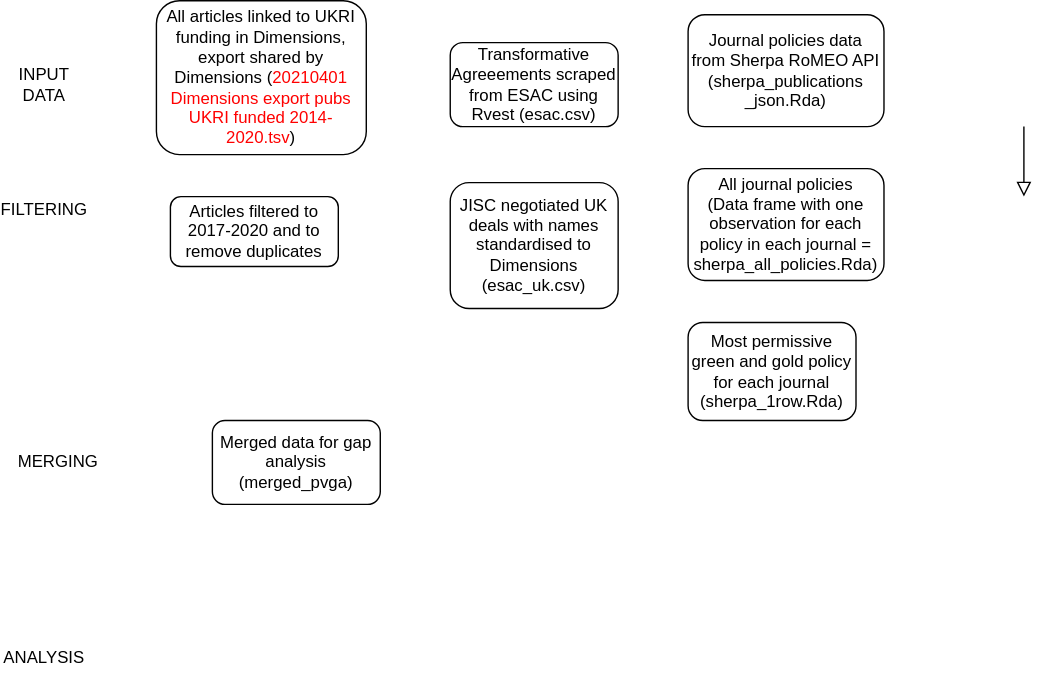
Above: OA Gap Analysis.svg in Tom-K-UKRI/Open-Access-Publication-Venue-Gap-Analysis (draw.io), before the change. Source tidied: cells renumbered, new cells last; positions are measured from the earlier drawing's top-left corner, leaving out a move shared by most shapes.
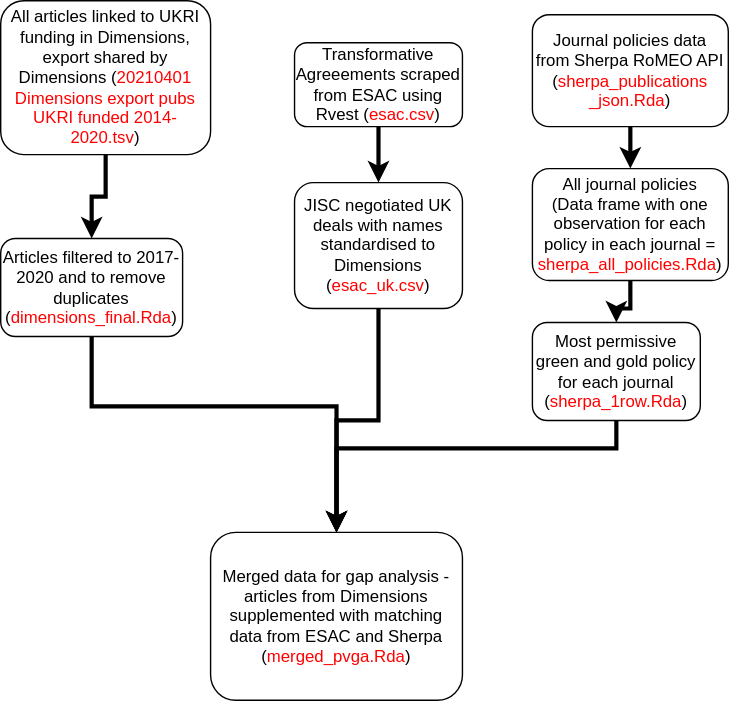
Above is the later version.

What changed in the source:
```diff
@@ -2,46 +2,61 @@
   <root>
     <mxCell id="0" />
     <mxCell id="1" parent="0" />
+    <mxCell id="15" style="edgeStyle=orthogonalEdgeStyle;rounded=0;jettySize=auto;html=1;entryX=0.5;entryY=0;entryDx=0;entryDy=0;strokeWidth=3;" parent="1" edge="1" source="2" target="3">
+      <mxGeometry relative="1" as="geometry" />
+    </mxCell>
     <mxCell id="2" value="All articles linked to UKRI funding in&amp;nbsp;Dimensions, export shared by Dimensions (&lt;font color=&quot;#ff0000&quot;&gt;20210401 Dimensions export pubs UKRI funded 2014-2020.tsv&lt;/font&gt;)" style="rounded=1;whiteSpace=wrap;html=1;fontSize=12;glass=0;strokeWidth=1;shadow=0;" parent="1" vertex="1">
       <mxGeometry x="100" width="150" height="110" as="geometry" />
     </mxCell>
+    <mxCell id="16" style="edgeStyle=orthogonalEdgeStyle;rounded=0;jettySize=auto;html=1;entryX=0.5;entryY=0;entryDx=0;entryDy=0;strokeWidth=3;" parent="1" edge="1" source="3" target="6">
+      <mxGeometry relative="1" as="geometry">
+        <Array as="points">
+          <mxPoint x="165" y="290" />
+          <mxPoint x="340" y="290" />
+        </Array>
+      </mxGeometry>
+    </mxCell>
-    <mxCell id="3" value="Articles filtered to 2017-2020 and to remove duplicates" style="rounded=1;whiteSpace=wrap;html=1;fontSize=12;glass=0;strokeWidth=1;shadow=0;" parent="1" vertex="1">
-      <mxGeometry x="110" y="140" width="120" height="50" as="geometry" />
+    <mxCell id="3" value="Articles filtered to 2017-2020 and to remove duplicates (&lt;font color=&quot;#ff0000&quot;&gt;dimensions_final.Rda&lt;/font&gt;)" style="rounded=1;whiteSpace=wrap;html=1;fontSize=12;glass=0;strokeWidth=1;shadow=0;" parent="1" vertex="1">
+      <mxGeometry x="100" y="170" width="130" height="70" as="geometry" />
     </mxCell>
+    <mxCell id="17" style="edgeStyle=orthogonalEdgeStyle;rounded=0;jettySize=auto;html=1;entryX=0.5;entryY=0;entryDx=0;entryDy=0;strokeWidth=3;" parent="1" edge="1" source="4" target="5">
+      <mxGeometry relative="1" as="geometry" />
+    </mxCell>
-    <mxCell id="4" value="Transformative Agreeements scraped from ESAC using Rvest (esac.csv)" style="rounded=1;whiteSpace=wrap;html=1;fontSize=12;glass=0;strokeWidth=1;shadow=0;" parent="1" vertex="1">
+    <mxCell id="4" value="Transformative Agreeements scraped from ESAC using Rvest (&lt;font color=&quot;#ff0000&quot;&gt;esac.csv&lt;/font&gt;)" style="rounded=1;whiteSpace=wrap;html=1;fontSize=12;glass=0;strokeWidth=1;shadow=0;" parent="1" vertex="1">
       <mxGeometry x="310" y="30" width="120" height="60" as="geometry" />
     </mxCell>
+    <mxCell id="18" style="edgeStyle=orthogonalEdgeStyle;rounded=0;jettySize=auto;html=1;strokeWidth=3;" parent="1" edge="1" source="5">
+      <mxGeometry relative="1" as="geometry">
+        <mxPoint x="340" y="380" as="targetPoint" />
+      </mxGeometry>
+    </mxCell>
-    <mxCell id="5" value="JISC negotiated UK deals with names standardised to Dimensions (esac_uk.csv)" style="rounded=1;whiteSpace=wrap;html=1;fontSize=12;glass=0;strokeWidth=1;shadow=0;" parent="1" vertex="1">
+    <mxCell id="5" value="JISC negotiated UK deals with names standardised to Dimensions (&lt;font color=&quot;#ff0000&quot;&gt;esac_uk.csv&lt;/font&gt;)" style="rounded=1;whiteSpace=wrap;html=1;fontSize=12;glass=0;strokeWidth=1;shadow=0;" parent="1" vertex="1">
       <mxGeometry x="310" y="130" width="120" height="90" as="geometry" />
     </mxCell>
-    <mxCell id="6" value="Merged data for gap analysis&lt;br&gt;(merged_pvga)" style="rounded=1;whiteSpace=wrap;html=1;fontSize=12;glass=0;strokeWidth=1;shadow=0;" parent="1" vertex="1">
-      <mxGeometry x="140" y="300" width="120" height="60" as="geometry" />
+    <mxCell id="6" value="Merged data for gap analysis - articles from Dimensions supplemented with matching data from ESAC and Sherpa&lt;br&gt;(&lt;font color=&quot;#ff0000&quot;&gt;merged_pvga.Rda&lt;/font&gt;)" style="rounded=1;whiteSpace=wrap;html=1;fontSize=12;glass=0;strokeWidth=1;shadow=0;" parent="1" vertex="1">
+      <mxGeometry x="250" y="380" width="180" height="120" as="geometry" />
     </mxCell>
+    <mxCell id="19" style="edgeStyle=orthogonalEdgeStyle;rounded=0;jettySize=auto;html=1;entryX=0.5;entryY=0;entryDx=0;entryDy=0;strokeWidth=3;" parent="1" edge="1" source="7" target="14">
+      <mxGeometry relative="1" as="geometry" />
+    </mxCell>
-    <mxCell id="7" value="Journal policies data&lt;br&gt;from Sherpa RoMEO API (sherpa_publications&lt;br&gt;_json.Rda)" style="rounded=1;whiteSpace=wrap;html=1;fontSize=12;glass=0;strokeWidth=1;shadow=0;" parent="1" vertex="1">
+    <mxCell id="7" value="Journal policies data&lt;br&gt;from Sherpa RoMEO API (&lt;font color=&quot;#ff0000&quot;&gt;sherpa_publications&lt;br&gt;_json.Rda&lt;/font&gt;)" style="rounded=1;whiteSpace=wrap;html=1;fontSize=12;glass=0;strokeWidth=1;shadow=0;" parent="1" vertex="1">
       <mxGeometry x="480" y="10" width="140" height="80" as="geometry" />
     </mxCell>
+    <mxCell id="20" style="edgeStyle=orthogonalEdgeStyle;rounded=0;jettySize=auto;html=1;entryX=0.5;entryY=0;entryDx=0;entryDy=0;strokeWidth=3;" parent="1" edge="1" source="8" target="6">
+      <mxGeometry relative="1" as="geometry">
+        <Array as="points">
+          <mxPoint x="540" y="320" />
+          <mxPoint x="340" y="320" />
+        </Array>
+      </mxGeometry>
+    </mxCell>
-    <mxCell id="8" value="Most permissive green and gold policy for each journal&lt;br&gt;(sherpa_1row.Rda)" style="rounded=1;whiteSpace=wrap;html=1;fontSize=12;glass=0;strokeWidth=1;shadow=0;" parent="1" vertex="1">
+    <mxCell id="8" value="Most permissive green and gold policy for each journal&lt;br&gt;(&lt;font color=&quot;#ff0000&quot;&gt;sherpa_1row.Rda&lt;/font&gt;)" style="rounded=1;whiteSpace=wrap;html=1;fontSize=12;glass=0;strokeWidth=1;shadow=0;" parent="1" vertex="1">
       <mxGeometry x="480" y="230" width="120" height="70" as="geometry" />
     </mxCell>
-    <mxCell id="9" style="rounded=0;html=1;jettySize=auto;orthogonalLoop=1;fontSize=11;endArrow=block;endFill=0;endSize=8;strokeWidth=1;shadow=0;labelBackgroundColor=none;edgeStyle=orthogonalEdgeStyle;" parent="1" edge="1">
-      <mxGeometry relative="1" as="geometry">
-        <mxPoint x="720" y="90" as="sourcePoint" />
-        <mxPoint x="720" y="140" as="targetPoint" />
-      </mxGeometry>
-    </mxCell>
-    <mxCell id="10" value="INPUT DATA" style="text;html=1;strokeColor=none;fillColor=none;align=center;verticalAlign=middle;whiteSpace=wrap;rounded=0;" parent="1" vertex="1">
-      <mxGeometry y="50" width="40" height="20" as="geometry" />
-    </mxCell>
-    <mxCell id="11" value="FILTERING" style="text;html=1;strokeColor=none;fillColor=none;align=center;verticalAlign=middle;whiteSpace=wrap;rounded=0;" parent="1" vertex="1">
-      <mxGeometry y="140" width="40" height="20" as="geometry" />
-    </mxCell>
-    <mxCell id="12" value="MERGING" style="text;html=1;strokeColor=none;fillColor=none;align=center;verticalAlign=middle;whiteSpace=wrap;rounded=0;" parent="1" vertex="1">
-      <mxGeometry x="10" y="320" width="40" height="20" as="geometry" />
-    </mxCell>
-    <mxCell id="13" value="ANALYSIS" style="text;html=1;strokeColor=none;fillColor=none;align=center;verticalAlign=middle;whiteSpace=wrap;rounded=0;" parent="1" vertex="1">
-      <mxGeometry y="460" width="40" height="20" as="geometry" />
-    </mxCell>
+    <mxCell id="21" style="edgeStyle=orthogonalEdgeStyle;rounded=0;jettySize=auto;html=1;strokeWidth=3;" parent="1" edge="1" source="14" target="8">
+      <mxGeometry relative="1" as="geometry" />
+    </mxCell>
-    <mxCell id="14" value="All journal policies&lt;br&gt;(Data frame with one observation for each policy in each journal = sherpa_all_policies.Rda)" style="rounded=1;whiteSpace=wrap;html=1;fontSize=12;glass=0;strokeWidth=1;shadow=0;" parent="1" vertex="1">
+    <mxCell id="14" value="All journal policies&lt;br&gt;(Data frame with one observation for each policy in each journal = &lt;font color=&quot;#ff0000&quot;&gt;sherpa_all_policies.Rda&lt;/font&gt;)" style="rounded=1;whiteSpace=wrap;html=1;fontSize=12;glass=0;strokeWidth=1;shadow=0;" parent="1" vertex="1">
       <mxGeometry x="480" y="120" width="140" height="80" as="geometry" />
     </mxCell>
   </root>
```
